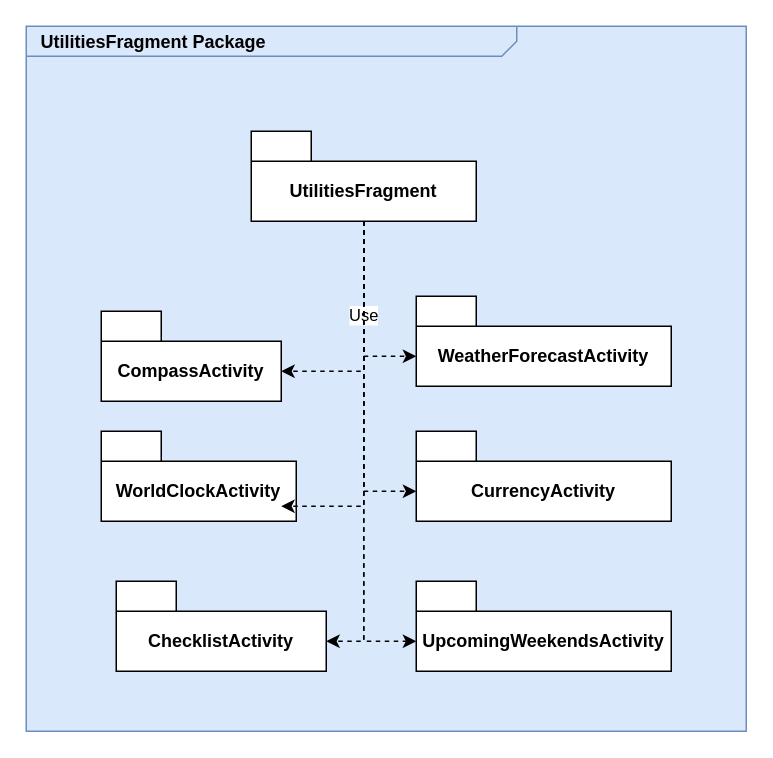
Earlier version of the draw.io diagram Utility.drawio (MurielleMardenli200/LOG8430_TP1). Source tidied: cells renumbered, new cells numbered last; positions are measured from the earlier drawing's top-left corner, leaving out a move shared by most shapes. Both pictures are drawn from the tidied source at 150%, with x=0, y=0 at pixel (26, 26).
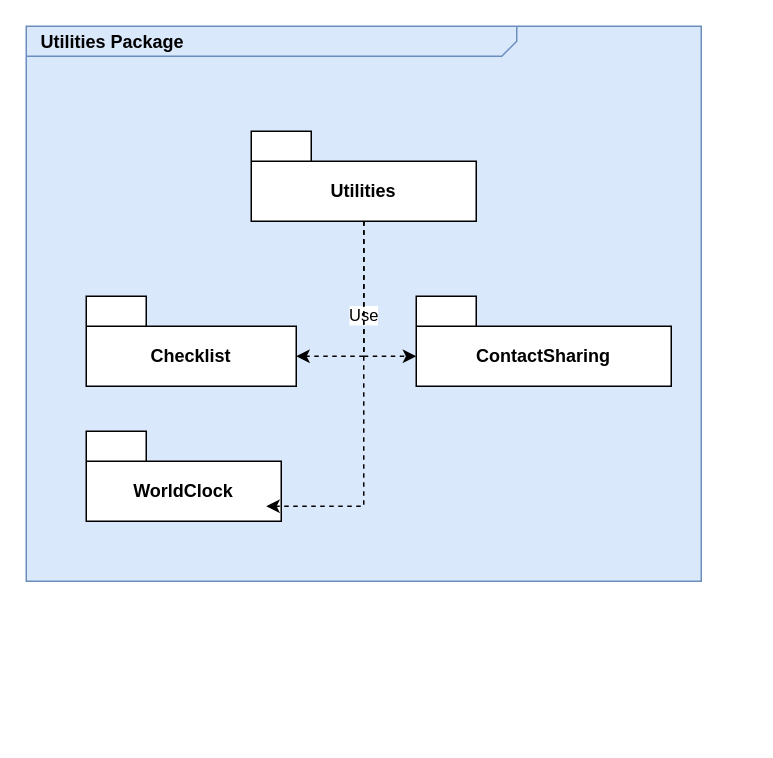
The same page after the edit.

What changed in the source:
```diff
@@
 <mxGraphModel>
   <root>
     <mxCell id="0" />
     <mxCell id="1" parent="0" />
-    <mxCell id="2" value="&lt;p style=&quot;margin: 0px ; margin-top: 4px ; margin-left: 10px ; text-align: left&quot;&gt;&lt;span style=&quot;font-weight: 700; background-color: transparent; color: light-dark(rgb(0, 0, 0), rgb(255, 255, 255)); text-align: center;&quot;&gt;UtilitiesFragment&lt;/span&gt;&lt;b&gt;&amp;nbsp;Package&lt;/b&gt;&lt;/p&gt;" style="html=1;strokeWidth=1;shape=mxgraph.sysml.package;html=1;overflow=fill;whiteSpace=wrap;fillColor=#dae8fc;fontSize=12;align=center;labelX=327.64;strokeColor=#6c8ebf;" parent="1" vertex="1">
-      <mxGeometry width="480" height="470" as="geometry" />
+    <mxCell id="2" value="&lt;p style=&quot;margin: 0px ; margin-top: 4px ; margin-left: 10px ; text-align: left&quot;&gt;&lt;span style=&quot;font-weight: 700; background-color: transparent; color: light-dark(rgb(0, 0, 0), rgb(255, 255, 255)); text-align: center;&quot;&gt;Utilities&lt;/span&gt;&lt;b&gt;&amp;nbsp;Package&lt;/b&gt;&lt;/p&gt;" style="html=1;strokeWidth=1;shape=mxgraph.sysml.package;html=1;overflow=fill;whiteSpace=wrap;fillColor=#dae8fc;fontSize=12;align=center;labelX=327.64;strokeColor=#6c8ebf;" parent="1" vertex="1">
+      <mxGeometry width="450" height="370" as="geometry" />
     </mxCell>
-    <mxCell id="3" style="edgeStyle=orthogonalEdgeStyle;shape=connector;rounded=0;jettySize=auto;html=1;dashed=1;strokeColor=default;align=center;verticalAlign=middle;fontFamily=Helvetica;fontSize=11;fontColor=default;labelBackgroundColor=default;endArrow=classic;" parent="1" edge="1" source="5" target="6">
-      <mxGeometry relative="1" as="geometry">
-        <Array as="points">
-          <mxPoint x="225" y="230" />
-        </Array>
-      </mxGeometry>
-    </mxCell>
     <mxCell id="4" value="Use" style="edgeStyle=orthogonalEdgeStyle;shape=connector;rounded=0;jettySize=auto;html=1;dashed=1;strokeColor=default;align=center;verticalAlign=middle;fontFamily=Helvetica;fontSize=11;fontColor=default;labelBackgroundColor=default;endArrow=classic;" parent="1" edge="1" source="5" target="11">
       <mxGeometry relative="1" as="geometry">
         <Array as="points">
           <mxPoint x="225" y="220" />
         </Array>
       </mxGeometry>
     </mxCell>
-    <mxCell id="5" value="UtilitiesFragment" style="shape=folder;fontStyle=1;tabWidth=40;tabHeight=20;tabPosition=left;html=1;boundedLbl=1;whiteSpace=wrap;" parent="1" vertex="1">
+    <mxCell id="5" value="Utilities" style="shape=folder;fontStyle=1;tabWidth=40;tabHeight=20;tabPosition=left;html=1;boundedLbl=1;whiteSpace=wrap;" parent="1" vertex="1">
       <mxGeometry x="150" y="70" width="150" height="60" as="geometry" />
     </mxCell>
-    <mxCell id="6" value="CompassActivity" style="shape=folder;fontStyle=1;tabWidth=40;tabHeight=20;tabPosition=left;html=1;boundedLbl=1;whiteSpace=wrap;" parent="1" vertex="1">
-      <mxGeometry x="50" y="190" width="120" height="60" as="geometry" />
-    </mxCell>
-    <mxCell id="7" value="WorldClockActivity" style="shape=folder;fontStyle=1;tabWidth=40;tabHeight=20;tabPosition=left;html=1;boundedLbl=1;whiteSpace=wrap;" parent="1" vertex="1">
-      <mxGeometry x="50" y="270" width="130" height="60" as="geometry" />
+    <mxCell id="7" value="WorldClock" style="shape=folder;fontStyle=1;tabWidth=40;tabHeight=20;tabPosition=left;html=1;boundedLbl=1;whiteSpace=wrap;" parent="1" vertex="1">
+      <mxGeometry x="40" y="270" width="130" height="60" as="geometry" />
     </mxCell>
-    <mxCell id="8" value="ChecklistActivity" style="shape=folder;fontStyle=1;tabWidth=40;tabHeight=20;tabPosition=left;html=1;boundedLbl=1;whiteSpace=wrap;" parent="1" vertex="1">
-      <mxGeometry x="60" y="370" width="140" height="60" as="geometry" />
+    <mxCell id="8" value="Checklist" style="shape=folder;fontStyle=1;tabWidth=40;tabHeight=20;tabPosition=left;html=1;boundedLbl=1;whiteSpace=wrap;" parent="1" vertex="1">
+      <mxGeometry x="40" y="180" width="140" height="60" as="geometry" />
     </mxCell>
-    <mxCell id="9" value="UpcomingWeekendsActivity" style="shape=folder;fontStyle=1;tabWidth=40;tabHeight=20;tabPosition=left;html=1;boundedLbl=1;whiteSpace=wrap;" parent="1" vertex="1">
-      <mxGeometry x="260" y="370" width="170" height="60" as="geometry" />
-    </mxCell>
-    <mxCell id="10" value="CurrencyActivity" style="shape=folder;fontStyle=1;tabWidth=40;tabHeight=20;tabPosition=left;html=1;boundedLbl=1;whiteSpace=wrap;" parent="1" vertex="1">
-      <mxGeometry x="260" y="270" width="170" height="60" as="geometry" />
-    </mxCell>
-    <mxCell id="11" value="WeatherForecastActivity" style="shape=folder;fontStyle=1;tabWidth=40;tabHeight=20;tabPosition=left;html=1;boundedLbl=1;whiteSpace=wrap;" parent="1" vertex="1">
+    <mxCell id="11" value="ContactSharing" style="shape=folder;fontStyle=1;tabWidth=40;tabHeight=20;tabPosition=left;html=1;boundedLbl=1;whiteSpace=wrap;" parent="1" vertex="1">
       <mxGeometry x="260" y="180" width="170" height="60" as="geometry" />
     </mxCell>
-    <mxCell id="12" style="edgeStyle=orthogonalEdgeStyle;shape=connector;rounded=0;jettySize=auto;html=1;entryX=0;entryY=0;entryDx=0;entryDy=40;entryPerimeter=0;dashed=1;strokeColor=default;align=center;verticalAlign=middle;fontFamily=Helvetica;fontSize=11;fontColor=default;labelBackgroundColor=default;endArrow=classic;" parent="1" edge="1" source="5" target="10">
-      <mxGeometry relative="1" as="geometry" />
-    </mxCell>
-    <mxCell id="13" style="edgeStyle=orthogonalEdgeStyle;shape=connector;rounded=0;jettySize=auto;html=1;entryX=0;entryY=0;entryDx=0;entryDy=40;entryPerimeter=0;dashed=1;strokeColor=default;align=center;verticalAlign=middle;fontFamily=Helvetica;fontSize=11;fontColor=default;labelBackgroundColor=default;endArrow=classic;" parent="1" edge="1" source="5" target="9">
-      <mxGeometry relative="1" as="geometry" />
-    </mxCell>
     <mxCell id="14" style="edgeStyle=orthogonalEdgeStyle;shape=connector;rounded=0;jettySize=auto;html=1;entryX=0;entryY=0;entryDx=120;entryDy=50;entryPerimeter=0;dashed=1;strokeColor=default;align=center;verticalAlign=middle;fontFamily=Helvetica;fontSize=11;fontColor=default;labelBackgroundColor=default;endArrow=classic;" parent="1" edge="1" source="5" target="7">
       <mxGeometry relative="1" as="geometry">
         <Array as="points">
           <mxPoint x="225" y="320" />
         </Array>
       </mxGeometry>
     </mxCell>
     <mxCell id="15" style="edgeStyle=orthogonalEdgeStyle;shape=connector;rounded=0;jettySize=auto;html=1;entryX=0;entryY=0;entryDx=140;entryDy=40;entryPerimeter=0;dashed=1;strokeColor=default;align=center;verticalAlign=middle;fontFamily=Helvetica;fontSize=11;fontColor=default;labelBackgroundColor=default;endArrow=classic;" parent="1" edge="1" source="5" target="8">
       <mxGeometry relative="1" as="geometry" />
     </mxCell>
   </root>
 </mxGraphModel>
```
